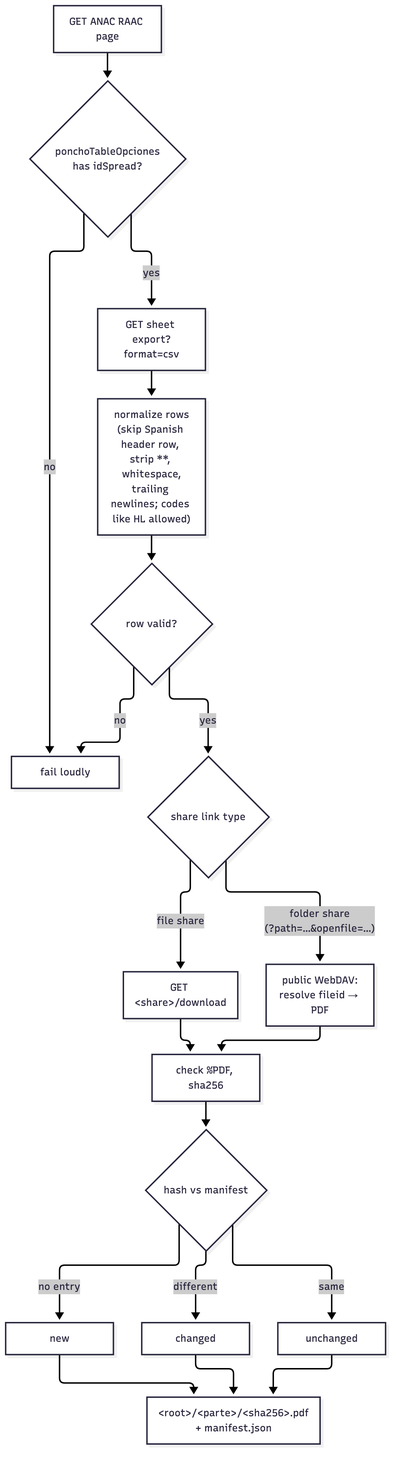
Guernik/raac-rag keeps this Mermaid diagram as docs/diagrams/corpus-fetch.png. Above is the earlier version. Its source is kept beside it as docs/diagrams/corpus-fetch.mmd.
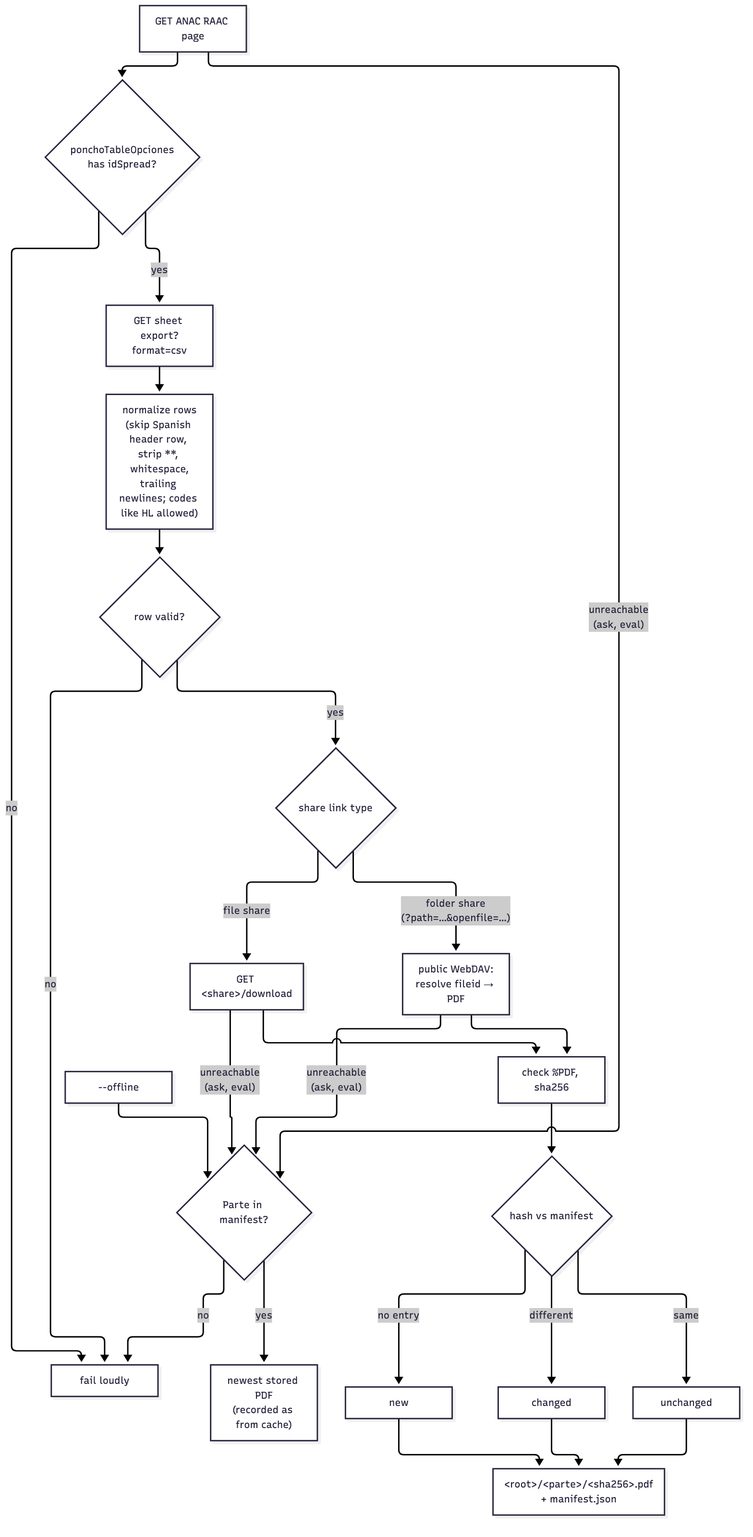
After the commit.

Commit message:
Fall back to cached PDFs when docs.anac.gob.ar is down; add --offline (#57) (#58)

Diff of the diagram source:
```diff
@@ -15,3 +15,7 @@
     J -- different --> L["changed"]
     J -- same --> M["unchanged"]
     K & L & M --> N["&lt;root&gt;/&lt;parte&gt;/&lt;sha256&gt;.pdf<br/>+ manifest.json"]
+    A & G & H -- "unreachable<br/>(ask, eval)" --> R{"Parte in manifest?"}
+    O["--offline"] --> R
+    R -- no --> X
+    R -- yes --> S["newest stored PDF<br/>(recorded as from cache)"]
```
